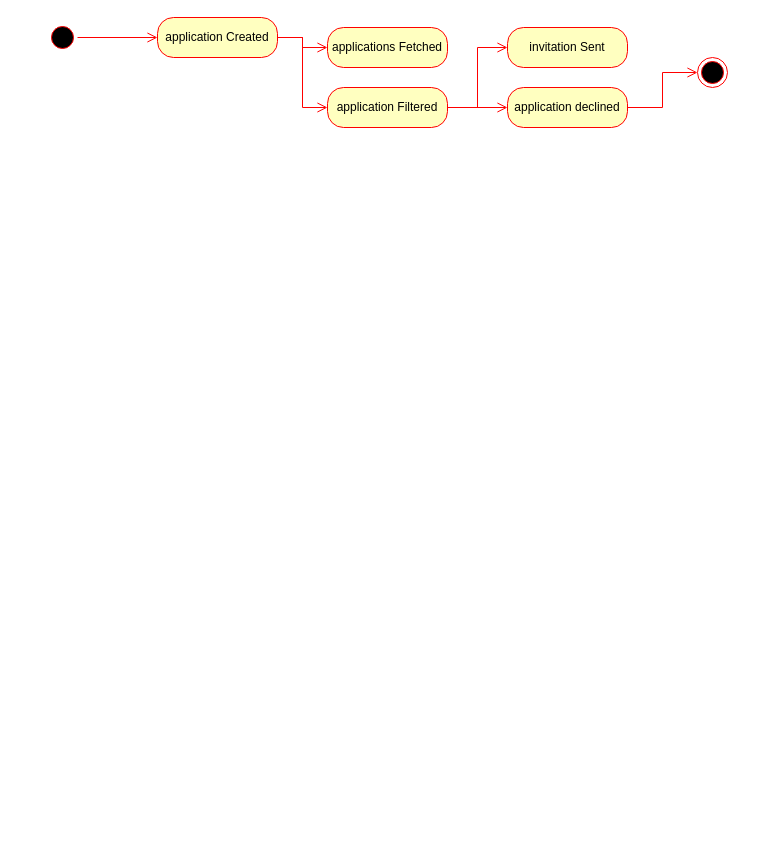
Before: applications.drawio in jgonzal10/wohnungshelden, a draw.io diagram. Source tidied: cells renumbered, new cells numbered last; positions are measured from the earlier drawing's top-left corner, leaving out a move shared by most shapes. Both pictures are drawn from the tidied source at 100%, with x=0, y=0 at pixel (47, 17).
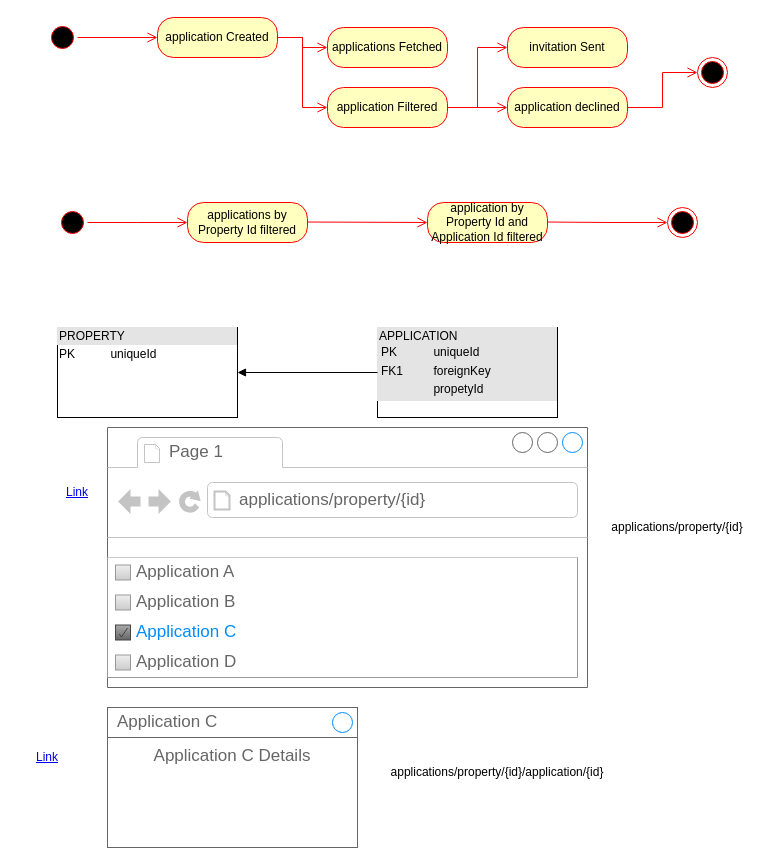
Above is the later version.

Commit message (it also covers changes not shown here):
fixing api endpoints to include the property id

The edit, as a diff of the source:
```diff
@@
+    <mxCell id="15" style="ellipse;html=1;shape=endState;fillColor=#000000;strokeColor=#ff0000;" parent="1" vertex="1">
+      <mxGeometry x="620" y="190" width="30" height="30" as="geometry" />
+    </mxCell>
+    <mxCell id="16" style="ellipse;html=1;shape=startState;fillColor=#000000;strokeColor=#ff0000;" parent="1" vertex="1">
+      <mxGeometry x="10" y="190" width="30" height="30" as="geometry" />
+    </mxCell>
+    <mxCell id="17" style="edgeStyle=orthogonalEdgeStyle;html=1;verticalAlign=bottom;endArrow=open;endSize=8;strokeColor=#ff0000;rounded=0;" parent="1" edge="1" source="16">
+      <mxGeometry relative="1" as="geometry">
+        <mxPoint x="140" y="205" as="targetPoint" />
+      </mxGeometry>
+    </mxCell>
+    <mxCell id="18" value="applications by Property Id filtered" style="rounded=1;whiteSpace=wrap;html=1;arcSize=40;fontColor=#000000;fillColor=#ffffc0;strokeColor=#ff0000;" parent="1" vertex="1">
+      <mxGeometry x="140" y="185" width="120" height="40" as="geometry" />
+    </mxCell>
+    <mxCell id="19" value="application by Property Id and Application Id filtered" style="rounded=1;whiteSpace=wrap;html=1;arcSize=40;fontColor=#000000;fillColor=#ffffc0;strokeColor=#ff0000;" parent="1" vertex="1">
+      <mxGeometry x="380" y="185" width="120" height="40" as="geometry" />
+    </mxCell>
+    <mxCell id="20" style="edgeStyle=orthogonalEdgeStyle;html=1;verticalAlign=bottom;endArrow=open;endSize=8;strokeColor=#ff0000;rounded=0;entryX=0;entryY=0.5;entryDx=0;entryDy=0;" parent="1" edge="1" target="19">
+      <mxGeometry relative="1" as="geometry">
+        <mxPoint x="260" y="204.5" as="sourcePoint" />
+      </mxGeometry>
+    </mxCell>
+    <mxCell id="21" style="edgeStyle=orthogonalEdgeStyle;html=1;verticalAlign=bottom;endArrow=open;endSize=8;strokeColor=#ff0000;rounded=0;entryX=0;entryY=0.5;entryDx=0;entryDy=0;" parent="1" edge="1">
+      <mxGeometry relative="1" as="geometry">
+        <mxPoint x="500" y="204.5" as="sourcePoint" />
+        <mxPoint x="620" y="205" as="targetPoint" />
+      </mxGeometry>
+    </mxCell>
+    <mxCell id="22" value="&lt;div style=&quot;box-sizing: border-box; width: 100%; background: rgb(228, 228, 228); padding: 2px;&quot;&gt;APPLICATION&lt;br&gt;&lt;table style=&quot;background-color: transparent; color: light-dark(rgb(0, 0, 0), rgb(255, 255, 255)); font-size: 1em; width: 100%;&quot; cellpadding=&quot;2&quot; cellspacing=&quot;0&quot;&gt;&lt;tbody&gt;&lt;tr&gt;&lt;td&gt;PK&lt;/td&gt;&lt;td&gt;uniqueId&lt;/td&gt;&lt;/tr&gt;&lt;tr&gt;&lt;td&gt;FK1&lt;/td&gt;&lt;td&gt;foreignKey&lt;/td&gt;&lt;/tr&gt;&lt;tr&gt;&lt;td&gt;&lt;/td&gt;&lt;td&gt;propetyId&lt;/td&gt;&lt;/tr&gt;&lt;/tbody&gt;&lt;/table&gt;&lt;/div&gt;" style="verticalAlign=top;align=left;overflow=fill;html=1;whiteSpace=wrap;" parent="1" vertex="1">
+      <mxGeometry x="330" y="310" width="180" height="90" as="geometry" />
+    </mxCell>
+    <mxCell id="23" value="&lt;div style=&quot;box-sizing: border-box; width: 100%; background: rgb(228, 228, 228); padding: 2px;&quot;&gt;PROPERTY&lt;/div&gt;&lt;table style=&quot;width:100%;font-size:1em;&quot; cellpadding=&quot;2&quot; cellspacing=&quot;0&quot;&gt;&lt;tbody&gt;&lt;tr&gt;&lt;td&gt;PK&lt;/td&gt;&lt;td&gt;uniqueId&lt;/td&gt;&lt;/tr&gt;&lt;tr&gt;&lt;td&gt;&lt;br&gt;&lt;/td&gt;&lt;td&gt;&lt;br&gt;&lt;/td&gt;&lt;/tr&gt;&lt;tr&gt;&lt;td&gt;&lt;/td&gt;&lt;td&gt;&lt;br&gt;&lt;/td&gt;&lt;/tr&gt;&lt;/tbody&gt;&lt;/table&gt;" style="verticalAlign=top;align=left;overflow=fill;html=1;whiteSpace=wrap;" parent="1" vertex="1">
+      <mxGeometry x="10" y="310" width="180" height="90" as="geometry" />
+    </mxCell>
+    <mxCell id="24" style="endArrow=block;endFill=1;html=1;edgeStyle=orthogonalEdgeStyle;align=left;verticalAlign=top;rounded=0;exitX=0;exitY=0.5;exitDx=0;exitDy=0;entryX=1;entryY=0.5;entryDx=0;entryDy=0;" parent="1" edge="1" source="22" target="23">
+      <mxGeometry x="-1" relative="1" as="geometry" />
+    </mxCell>
+    <mxCell id="25" value="Link" style="text;html=1;strokeColor=none;fillColor=none;whiteSpace=wrap;align=center;verticalAlign=middle;fontColor=#0000EE;fontStyle=4;" parent="1" vertex="1">
+      <mxGeometry y="455" width="60" height="40" as="geometry" />
+    </mxCell>
+    <mxCell id="26" style="strokeWidth=1;shadow=0;dashed=0;align=center;html=1;shape=mxgraph.mockup.containers.browserWindow;rSize=0;strokeColor=#666666;strokeColor2=#008cff;strokeColor3=#c4c4c4;mainText=,;" parent="1" vertex="1">
+      <mxGeometry x="60" y="410" width="480" height="260" as="geometry" />
+    </mxCell>
+    <mxCell id="27" value="Page 1" style="strokeWidth=1;shadow=0;dashed=0;align=center;html=1;shape=mxgraph.mockup.containers.anchor;fontSize=17;fontColor=#666666;align=left;whiteSpace=wrap;" parent="26" vertex="1">
+      <mxGeometry x="60" y="12" width="110" height="26" as="geometry" />
+    </mxCell>
+    <mxCell id="28" value="applications/property/{id}" style="strokeWidth=1;shadow=0;dashed=0;align=center;html=1;shape=mxgraph.mockup.containers.anchor;rSize=0;fontSize=17;fontColor=#666666;align=left;" parent="26" vertex="1">
+      <mxGeometry x="130" y="60" width="250" height="26" as="geometry" />
+    </mxCell>
+    <mxCell id="29" value="Application C Details" style="strokeWidth=1;shadow=0;dashed=0;align=center;html=1;shape=mxgraph.mockup.containers.rrect;rSize=0;strokeColor=#666666;fontColor=#666666;fontSize=17;verticalAlign=top;whiteSpace=wrap;fillColor=#ffffff;spacingTop=32;" parent="1" vertex="1">
+      <mxGeometry x="60" y="690" width="250" height="140" as="geometry" />
+    </mxCell>
+    <mxCell id="30" value="Application C" style="strokeWidth=1;shadow=0;dashed=0;align=center;html=1;shape=mxgraph.mockup.containers.rrect;rSize=0;fontSize=17;fontColor=#666666;strokeColor=#666666;align=left;spacingLeft=8;fillColor=none;whiteSpace=wrap;" parent="29" vertex="1">
+      <mxGeometry width="250" height="30" relative="1" as="geometry" />
+    </mxCell>
+    <mxCell id="31" style="shape=ellipse;strokeColor=#008cff;fillColor=none;html=1;" parent="30" vertex="1">
+      <mxGeometry x="1" y="0.5" width="20" height="20" relative="1" as="geometry">
+        <mxPoint x="-25" y="-10" as="offset" />
+      </mxGeometry>
+    </mxCell>
+    <mxCell id="32" value="Link" style="text;html=1;strokeColor=none;fillColor=none;whiteSpace=wrap;align=center;verticalAlign=middle;fontColor=#0000EE;fontStyle=4;" parent="1" vertex="1">
+      <mxGeometry x="-30" y="720" width="60" height="40" as="geometry" />
+    </mxCell>
+    <mxCell id="33" style="swimlane;strokeColor=#999999;swimlaneFillColor=#FFFFFF;fillColor=#ffffff;fontColor=#666666;fontStyle=0;horizontal=1;startSize=0;whiteSpace=wrap;html=1;" parent="1" vertex="1">
+      <mxGeometry x="60" y="540" width="470" height="120" as="geometry" />
+    </mxCell>
+    <mxCell id="34" value="Application A" style="text;strokeColor=none;align=left;verticalAlign=middle;spacingLeft=27;spacingRight=10;overflow=hidden;whiteSpace=wrap;html=1;fillColor=none;fontColor=inherit;fontSize=17;" parent="33" vertex="1">
+      <mxGeometry width="470" height="30" as="geometry" />
+    </mxCell>
+    <mxCell id="35" style="fillColor=#EEEEEE;strokeColor=#999999;gradientColor=#cccccc;html=1;" parent="34" vertex="1">
+      <mxGeometry y="0.5" width="15" height="15" relative="1" as="geometry">
+        <mxPoint x="8" y="-7.5" as="offset" />
+      </mxGeometry>
+    </mxCell>
+    <mxCell id="36" value="Application B" style="text;strokeColor=none;align=left;verticalAlign=middle;spacingLeft=27;spacingRight=10;overflow=hidden;whiteSpace=wrap;html=1;rSize=5;fillColor=none;fontColor=inherit;fontSize=17;" parent="33" vertex="1">
+      <mxGeometry y="30" width="470" height="30" as="geometry" />
+    </mxCell>
+    <mxCell id="37" style="fillColor=#EEEEEE;strokeColor=#999999;gradientColor=#cccccc;html=1;" parent="36" vertex="1">
+      <mxGeometry y="0.5" width="15" height="15" relative="1" as="geometry">
+        <mxPoint x="8" y="-7.5" as="offset" />
+      </mxGeometry>
+    </mxCell>
+    <mxCell id="38" value="Application C" style="text;strokeColor=none;align=left;verticalAlign=middle;spacingLeft=27;spacingRight=10;overflow=hidden;whiteSpace=wrap;html=1;rSize=5;fillColor=none;fontColor=#008CFF;fontSize=17;" parent="33" vertex="1">
+      <mxGeometry y="60" width="470" height="30" as="geometry" />
+    </mxCell>
+    <mxCell id="39" style="shape=mxgraph.mockup.forms.checkbox;fillColor=#AAAAAA;gradientColor=#666666;strokeColor=#444444;html=1;" parent="38" vertex="1">
+      <mxGeometry y="0.5" width="15" height="15" relative="1" as="geometry">
+        <mxPoint x="8" y="-7.5" as="offset" />
+      </mxGeometry>
+    </mxCell>
+    <mxCell id="40" value="Application D" style="text;strokeColor=none;align=left;verticalAlign=middle;spacingLeft=27;spacingRight=10;overflow=hidden;whiteSpace=wrap;html=1;fillColor=none;fontColor=inherit;fontSize=17;" parent="33" vertex="1">
+      <mxGeometry y="90" width="470" height="30" as="geometry" />
+    </mxCell>
+    <mxCell id="41" style="fillColor=#EEEEEE;strokeColor=#999999;gradientColor=#cccccc;html=1;" parent="40" vertex="1">
+      <mxGeometry y="0.5" width="15" height="15" relative="1" as="geometry">
+        <mxPoint x="8" y="-7.5" as="offset" />
+      </mxGeometry>
+    </mxCell>
+    <mxCell id="42" value="applications/property/{id}" style="text;html=1;align=center;verticalAlign=middle;whiteSpace=wrap;rounded=0;" parent="1" vertex="1">
+      <mxGeometry x="600" y="495" width="60" height="30" as="geometry" />
+    </mxCell>
+    <mxCell id="43" value="applications/property/{id}/application/{id}" style="text;html=1;align=center;verticalAlign=middle;whiteSpace=wrap;rounded=0;" parent="1" vertex="1">
+      <mxGeometry x="420" y="740" width="60" height="30" as="geometry" />
+    </mxCell>
```
